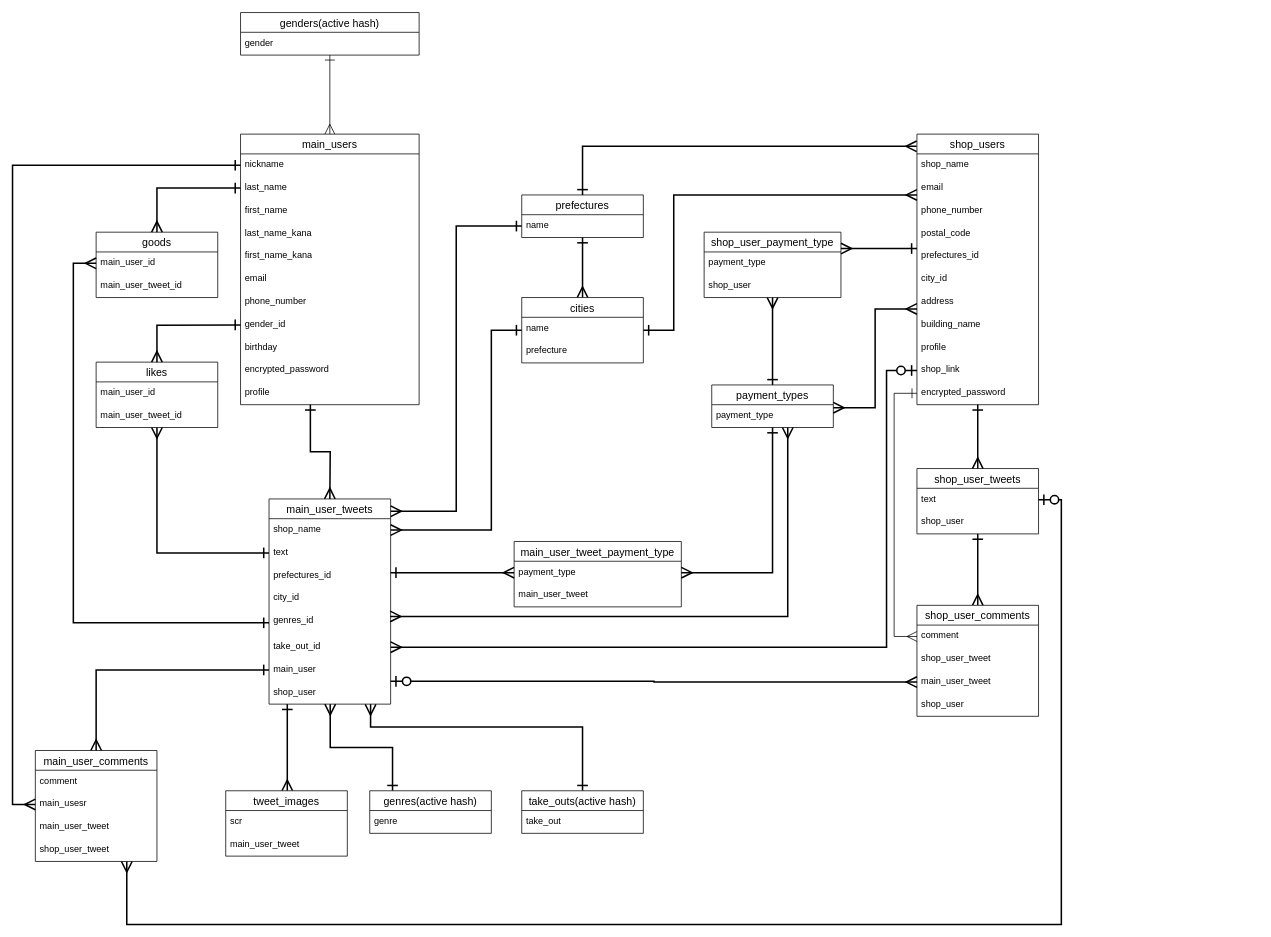
Before: e-seacher(ER図).dio in reityeru/e-seacher, a draw.io diagram. Source tidied: cells renumbered, new cells numbered last; positions are measured from the earlier drawing's top-left corner, leaving out a move shared by most shapes. Both pictures are drawn from the tidied source at 76%, with x=0, y=0 at pixel (35, 12).
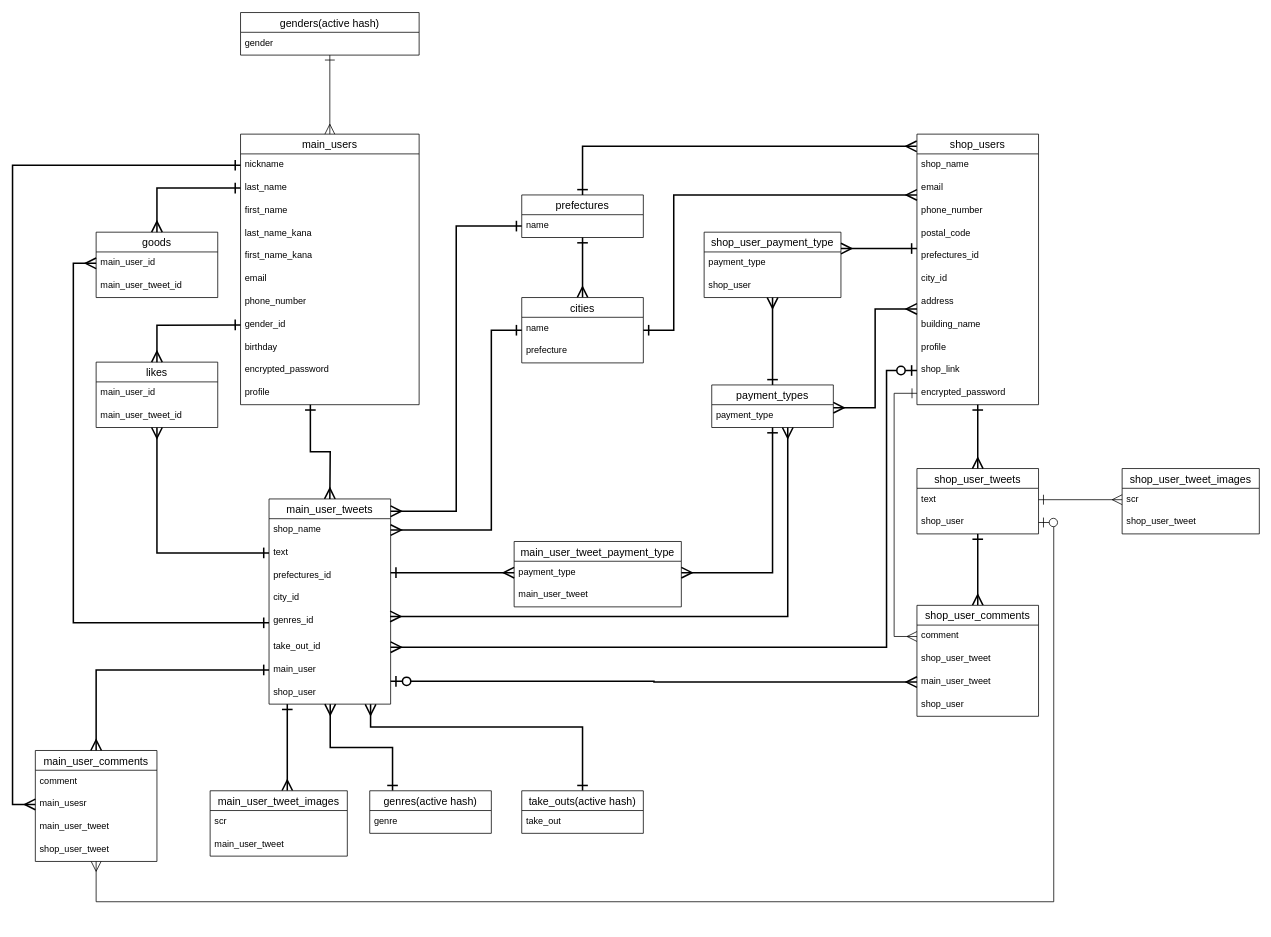
The same diagram, later.

Commit message (it also covers changes not shown here):
ER図、READNE修正

The change refers to these unchanged cells:
```xml
<mxCell id="41" value="text" style="text;strokeColor=none;fillColor=none;spacingLeft=4;spacingRight=4;overflow=hidden;points=[[0,0.5],[1,0.5]];portConstraint=eastwest;fontSize=12;" parent="40" vertex="1">
  <mxGeometry y="26" width="160" height="30" as="geometry" />
</mxCell>
<mxCell id="42" value="shop_user" style="text;strokeColor=none;fillColor=none;spacingLeft=4;spacingRight=4;overflow=hidden;points=[[0,0.5],[1,0.5]];portConstraint=eastwest;fontSize=12;" parent="40" vertex="1">
  <mxGeometry y="56" width="160" height="30" as="geometry" />
</mxCell>
<mxCell id="62" value="main_user_comments" style="swimlane;fontStyle=0;horizontal=1;startSize=26;align=center;fontSize=14;" parent="1" vertex="1">
  <mxGeometry y="971" width="160" height="146" as="geometry" />
</mxCell>
<mxCell id="66" value="shop_user_tweet" style="text;strokeColor=none;fillColor=none;spacingLeft=4;spacingRight=4;overflow=hidden;points=[[0,0.5],[1,0.5]];portConstraint=eastwest;fontSize=12;" parent="62" vertex="1">
  <mxGeometry y="116" width="160" height="30" as="geometry" />
</mxCell>
```

The edit, as a diff of the source:
```diff
@@
-    <mxCell id="56" value="tweet_images" style="swimlane;fontStyle=0;horizontal=1;startSize=26;align=center;fontSize=14;" parent="1" vertex="1">
-      <mxGeometry x="250.5" y="1024" width="160" height="86" as="geometry" />
+    <mxCell id="56" value="main_user_tweet_images" style="swimlane;fontStyle=0;horizontal=1;startSize=26;align=center;fontSize=14;" parent="1" vertex="1">
+      <mxGeometry x="230" y="1024" width="180.5" height="86" as="geometry" />
     </mxCell>
     <mxCell id="57" value="scr" style="text;strokeColor=none;fillColor=none;spacingLeft=4;spacingRight=4;overflow=hidden;fontSize=12;" parent="56" vertex="1">
-      <mxGeometry y="26" width="160" height="30" as="geometry" />
+      <mxGeometry y="26" width="180.5" height="30" as="geometry" />
     </mxCell>
     <mxCell id="58" value="main_user_tweet" style="text;strokeColor=none;fillColor=none;spacingLeft=4;spacingRight=4;overflow=hidden;fontSize=12;" parent="56" vertex="1">
-      <mxGeometry y="56" width="160" height="30" as="geometry" />
+      <mxGeometry y="56" width="180.5" height="30" as="geometry" />
     </mxCell>
@@
-    <mxCell id="98" style="edgeStyle=orthogonalEdgeStyle;rounded=0;jettySize=auto;html=1;exitX=1;exitY=0.5;exitDx=0;exitDy=0;startArrow=ERzeroToOne;startFill=1;startSize=11;endArrow=ERmany;endFill=0;endSize=11;strokeWidth=2;entryX=0.752;entryY=1.002;entryDx=0;entryDy=0;entryPerimeter=0;" parent="1" edge="1" source="41" target="66">
-      <mxGeometry relative="1" as="geometry">
-        <Array as="points">
-          <mxPoint x="1350" y="641" />
-          <mxPoint x="1350" y="1200" />
-          <mxPoint x="120" y="1200" />
-        </Array>
-      </mxGeometry>
-    </mxCell>
@@
+    <mxCell id="104" value="shop_user_tweet_images" style="swimlane;fontStyle=0;horizontal=1;startSize=26;align=center;fontSize=14;" parent="1" vertex="1">
+      <mxGeometry x="1430" y="600" width="180.5" height="86" as="geometry" />
+    </mxCell>
+    <mxCell id="105" value="scr" style="text;strokeColor=none;fillColor=none;spacingLeft=4;spacingRight=4;overflow=hidden;points=[[0,0.5],[1,0.5]];portConstraint=eastwest;fontSize=12;" parent="104" vertex="1">
+      <mxGeometry y="26" width="180.5" height="30" as="geometry" />
+    </mxCell>
+    <mxCell id="106" value="shop_user_tweet" style="text;strokeColor=none;fillColor=none;spacingLeft=4;spacingRight=4;overflow=hidden;fontSize=12;" parent="104" vertex="1">
+      <mxGeometry y="56" width="180.5" height="30" as="geometry" />
+    </mxCell>
+    <mxCell id="107" style="edgeStyle=orthogonalEdgeStyle;rounded=0;jettySize=auto;html=1;exitX=1;exitY=0.5;exitDx=0;exitDy=0;endSize=11;startSize=11;endArrow=ERmany;endFill=0;startArrow=ERzeroToOne;startFill=1;" parent="1" edge="1" source="42" target="62">
+      <mxGeometry relative="1" as="geometry">
+        <Array as="points">
+          <mxPoint x="1340" y="671" />
+          <mxPoint x="1340" y="1170" />
+          <mxPoint x="80" y="1170" />
+        </Array>
+      </mxGeometry>
+    </mxCell>
+    <mxCell id="108" style="edgeStyle=orthogonalEdgeStyle;rounded=0;jettySize=auto;html=1;exitX=1;exitY=0.5;exitDx=0;exitDy=0;entryX=0;entryY=0.5;entryDx=0;entryDy=0;startArrow=ERone;startFill=0;startSize=11;endArrow=ERmany;endFill=0;endSize=11;" parent="1" edge="1" source="41" target="105">
+      <mxGeometry relative="1" as="geometry" />
+    </mxCell>
```
